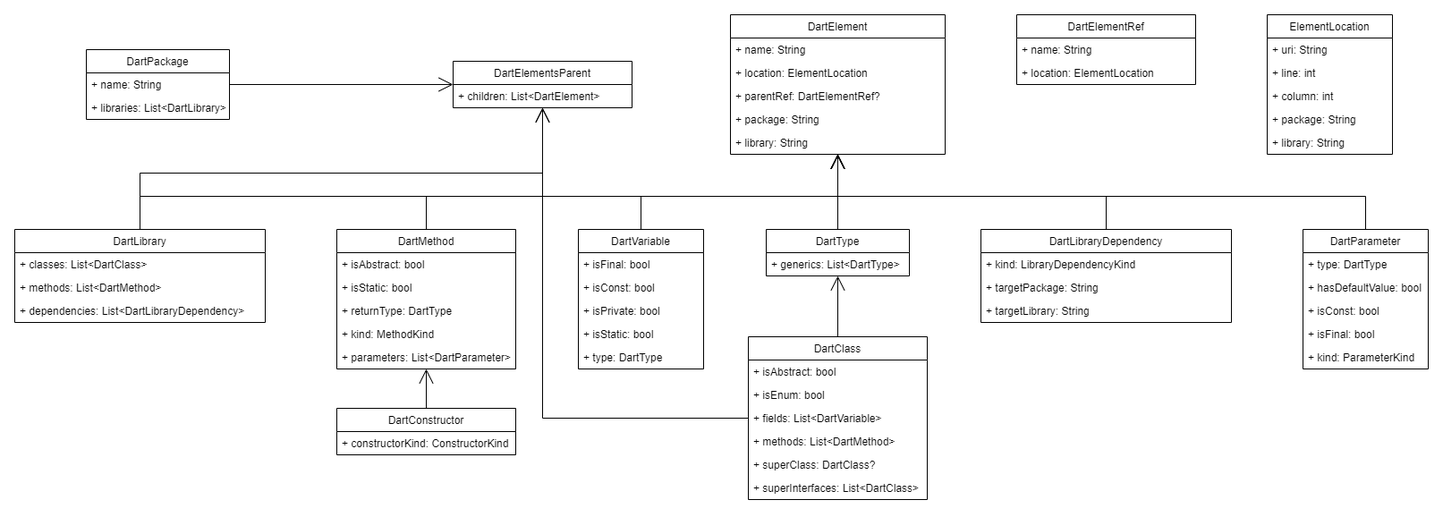
Before: diagrams/elements-diagram.png, a diagram exported from draw.io (gustavo-hillesheim/dart_arch_test). Source tidied: cells renumbered, new cells last; positions are measured from the earlier drawing's top-left corner, leaving out a move shared by most shapes.
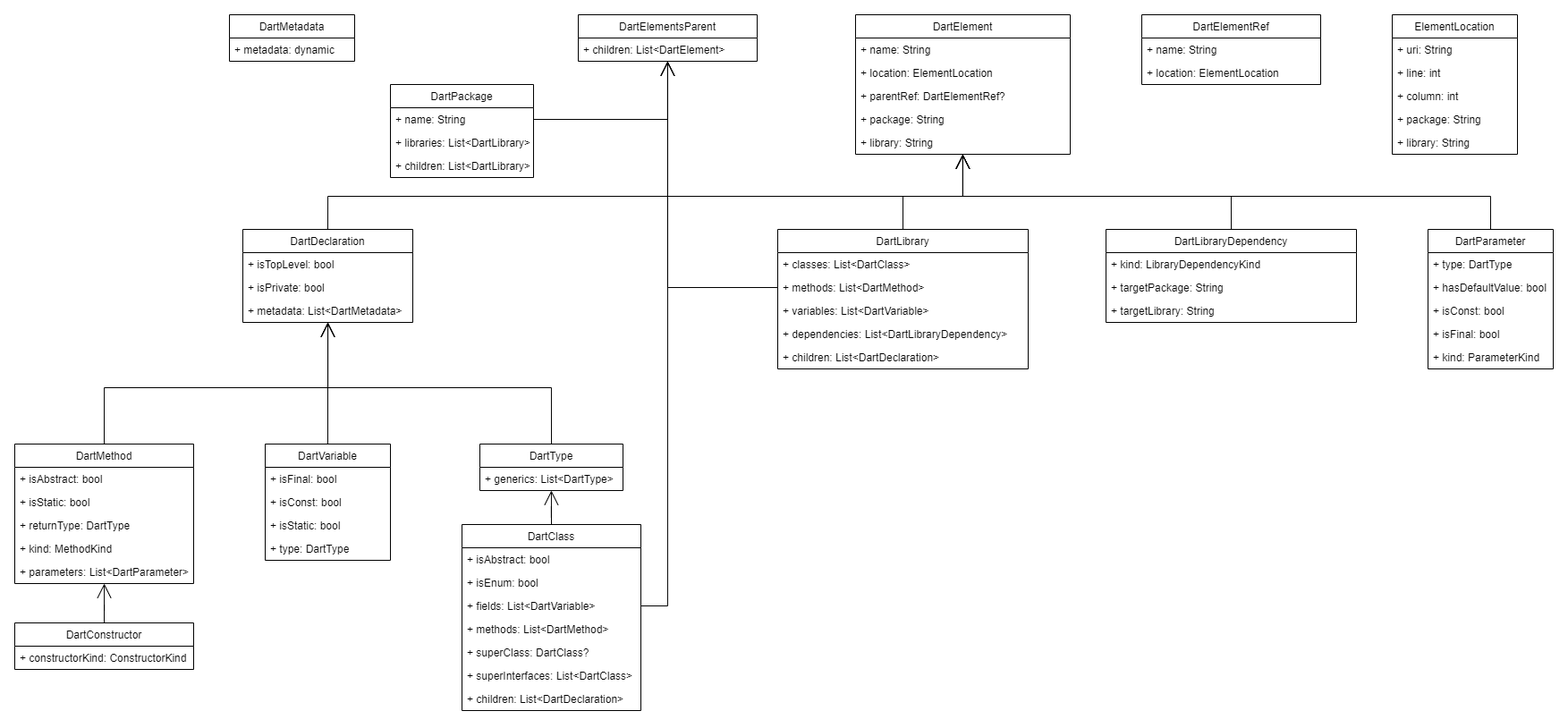
The same file after the commit.

The edit, as a diff of the source:
```diff
@@ -21,7 +21,7 @@
       <mxGeometry y="130" width="240" height="26" as="geometry" />
     </mxCell>
     <mxCell id="8" value="DartElementsParent" style="swimlane;fontStyle=0;horizontal=1;startSize=26;fillColor=none;hachureGap=4;" parent="1" vertex="1">
-      <mxGeometry x="490" y="52" width="200" height="52" as="geometry" />
+      <mxGeometry x="490" width="200" height="52" as="geometry" />
     </mxCell>
     <mxCell id="9" value="+ children: List&lt;DartElement&gt;" style="text;strokeColor=none;fillColor=none;align=left;verticalAlign=top;spacingLeft=4;spacingRight=4;overflow=hidden;" parent="8" vertex="1">
       <mxGeometry y="26" width="200" height="26" as="geometry" />
@@ -41,20 +41,20 @@
     <mxCell id="14" value="+ targetLibrary: String" style="text;strokeColor=none;fillColor=none;align=left;verticalAlign=top;spacingLeft=4;spacingRight=4;overflow=hidden;" parent="11" vertex="1">
       <mxGeometry y="78" width="280" height="26" as="geometry" />
     </mxCell>
-    <mxCell id="15" style="edgeStyle=orthogonalEdgeStyle;rounded=0;jettySize=auto;html=1;exitX=0.5;exitY=0;exitDx=0;exitDy=0;endArrow=open;startSize=14;endSize=14;sourcePerimeterSpacing=8;targetPerimeterSpacing=0;" parent="1" edge="1" source="16" target="2">
-      <mxGeometry relative="1" as="geometry" />
-    </mxCell>
+    <mxCell id="70" style="edgeStyle=orthogonalEdgeStyle;rounded=0;jettySize=auto;html=1;exitX=0.5;exitY=0;exitDx=0;exitDy=0;endArrow=open;startSize=14;endSize=14;sourcePerimeterSpacing=8;targetPerimeterSpacing=0;" parent="1" edge="1" source="16" target="78">
+      <mxGeometry relative="1" as="geometry" />
+    </mxCell>
     <mxCell id="16" value="DartType" style="swimlane;fontStyle=0;horizontal=1;startSize=26;fillColor=none;hachureGap=4;" parent="1" vertex="1">
-      <mxGeometry x="840" y="240" width="160" height="52" as="geometry" />
+      <mxGeometry x="380" y="480" width="160" height="52" as="geometry" />
     </mxCell>
     <mxCell id="17" value="+ generics: List&lt;DartType&gt;" style="text;strokeColor=none;fillColor=none;align=left;verticalAlign=top;spacingLeft=4;spacingRight=4;overflow=hidden;" parent="16" vertex="1">
       <mxGeometry y="26" width="160" height="26" as="geometry" />
     </mxCell>
-    <mxCell id="18" style="edgeStyle=orthogonalEdgeStyle;rounded=0;jettySize=auto;html=1;exitX=0.5;exitY=0;exitDx=0;exitDy=0;endArrow=open;startSize=14;endSize=14;sourcePerimeterSpacing=8;targetPerimeterSpacing=0;" parent="1" edge="1" source="19" target="2">
-      <mxGeometry relative="1" as="geometry" />
-    </mxCell>
+    <mxCell id="71" style="edgeStyle=orthogonalEdgeStyle;rounded=0;jettySize=auto;html=1;exitX=0.5;exitY=0;exitDx=0;exitDy=0;endArrow=open;startSize=14;endSize=14;sourcePerimeterSpacing=8;targetPerimeterSpacing=0;" parent="1" edge="1" source="19" target="78">
+      <mxGeometry relative="1" as="geometry" />
+    </mxCell>
     <mxCell id="19" value="DartVariable" style="swimlane;fontStyle=0;horizontal=1;startSize=26;fillColor=none;hachureGap=4;" parent="1" vertex="1">
-      <mxGeometry x="630" y="240" width="140" height="156" as="geometry" />
+      <mxGeometry x="140" y="480" width="140" height="130" as="geometry" />
     </mxCell>
     <mxCell id="20" value="+ isFinal: bool" style="text;strokeColor=none;fillColor=none;align=left;verticalAlign=top;spacingLeft=4;spacingRight=4;overflow=hidden;" parent="19" vertex="1">
       <mxGeometry y="26" width="140" height="26" as="geometry" />
@@ -62,14 +62,11 @@
     <mxCell id="21" value="+ isConst: bool" style="text;strokeColor=none;fillColor=none;align=left;verticalAlign=top;spacingLeft=4;spacingRight=4;overflow=hidden;" parent="19" vertex="1">
       <mxGeometry y="52" width="140" height="26" as="geometry" />
     </mxCell>
-    <mxCell id="22" value="+ isPrivate: bool" style="text;strokeColor=none;fillColor=none;align=left;verticalAlign=top;spacingLeft=4;spacingRight=4;overflow=hidden;" parent="19" vertex="1">
-      <mxGeometry y="78" width="140" height="26" as="geometry" />
-    </mxCell>
     <mxCell id="23" value="+ isStatic: bool" style="text;strokeColor=none;fillColor=none;align=left;verticalAlign=top;spacingLeft=4;spacingRight=4;overflow=hidden;" parent="19" vertex="1">
-      <mxGeometry y="104" width="140" height="26" as="geometry" />
+      <mxGeometry y="78" width="140" height="26" as="geometry" />
     </mxCell>
     <mxCell id="24" value="+ type: DartType" style="text;strokeColor=none;fillColor=none;align=left;verticalAlign=top;spacingLeft=4;spacingRight=4;overflow=hidden;" parent="19" vertex="1">
-      <mxGeometry y="130" width="140" height="26" as="geometry" />
+      <mxGeometry y="104" width="140" height="26" as="geometry" />
     </mxCell>
     <mxCell id="25" style="edgeStyle=orthogonalEdgeStyle;rounded=0;jettySize=auto;html=1;exitX=0.5;exitY=0;exitDx=0;exitDy=0;endArrow=open;startSize=14;endSize=14;sourcePerimeterSpacing=8;targetPerimeterSpacing=0;" parent="1" edge="1" source="26" target="2">
       <mxGeometry relative="1" as="geometry" />
@@ -92,11 +89,11 @@
     <mxCell id="31" value="+ kind: ParameterKind" style="text;strokeColor=none;fillColor=none;align=left;verticalAlign=top;spacingLeft=4;spacingRight=4;overflow=hidden;" parent="26" vertex="1">
       <mxGeometry y="130" width="140" height="26" as="geometry" />
     </mxCell>
-    <mxCell id="32" style="edgeStyle=orthogonalEdgeStyle;rounded=0;jettySize=auto;html=1;exitX=0.5;exitY=0;exitDx=0;exitDy=0;endArrow=open;startSize=14;endSize=14;sourcePerimeterSpacing=8;targetPerimeterSpacing=0;" parent="1" edge="1" source="33" target="2">
-      <mxGeometry relative="1" as="geometry" />
-    </mxCell>
+    <mxCell id="72" style="edgeStyle=orthogonalEdgeStyle;rounded=0;jettySize=auto;html=1;exitX=0.5;exitY=0;exitDx=0;exitDy=0;endArrow=open;startSize=14;endSize=14;sourcePerimeterSpacing=8;targetPerimeterSpacing=0;" parent="1" edge="1" source="33" target="78">
+      <mxGeometry relative="1" as="geometry" />
+    </mxCell>
     <mxCell id="33" value="DartMethod" style="swimlane;fontStyle=0;horizontal=1;startSize=26;fillColor=none;hachureGap=4;" parent="1" vertex="1">
-      <mxGeometry x="360" y="240" width="200" height="156" as="geometry" />
+      <mxGeometry x="-140" y="480" width="200" height="156" as="geometry" />
     </mxCell>
     <mxCell id="34" value="+ isAbstract: bool" style="text;strokeColor=none;fillColor=none;align=left;verticalAlign=top;spacingLeft=4;spacingRight=4;overflow=hidden;" parent="33" vertex="1">
       <mxGeometry y="26" width="200" height="26" as="geometry" />
@@ -117,7 +114,7 @@
       <mxGeometry relative="1" as="geometry" />
     </mxCell>
     <mxCell id="40" value="DartConstructor" style="swimlane;fontStyle=0;horizontal=1;startSize=26;fillColor=none;hachureGap=4;" parent="1" vertex="1">
-      <mxGeometry x="360" y="440" width="200" height="52" as="geometry" />
+      <mxGeometry x="-140" y="680" width="200" height="52" as="geometry" />
     </mxCell>
     <mxCell id="41" value="+ constructorKind: ConstructorKind" style="text;strokeColor=none;fillColor=none;align=left;verticalAlign=top;spacingLeft=4;spacingRight=4;overflow=hidden;" parent="40" vertex="1">
       <mxGeometry y="26" width="200" height="26" as="geometry" />
@@ -126,7 +123,7 @@
       <mxGeometry relative="1" as="geometry" />
     </mxCell>
     <mxCell id="43" value="DartClass" style="swimlane;fontStyle=0;horizontal=1;startSize=26;fillColor=none;hachureGap=4;" parent="1" vertex="1">
-      <mxGeometry x="820" y="360" width="200" height="182" as="geometry" />
+      <mxGeometry x="360" y="570" width="200" height="208" as="geometry" />
     </mxCell>
     <mxCell id="44" value="+ isAbstract: bool" style="text;strokeColor=none;fillColor=none;align=left;verticalAlign=top;spacingLeft=4;spacingRight=4;overflow=hidden;" parent="43" vertex="1">
       <mxGeometry y="26" width="200" height="26" as="geometry" />
@@ -146,6 +143,9 @@
     <mxCell id="49" value="+ superInterfaces: List&lt;DartClass&gt;" style="text;strokeColor=none;fillColor=none;align=left;verticalAlign=top;spacingLeft=4;spacingRight=4;overflow=hidden;" parent="43" vertex="1">
       <mxGeometry y="156" width="200" height="26" as="geometry" />
     </mxCell>
+    <mxCell id="73" value="+ children: List&lt;DartDeclaration&gt;" style="text;strokeColor=none;fillColor=none;align=left;verticalAlign=top;spacingLeft=4;spacingRight=4;overflow=hidden;" parent="43" vertex="1">
+      <mxGeometry y="182" width="200" height="26" as="geometry" />
+    </mxCell>
     <mxCell id="50" value="DartElementRef" style="swimlane;fontStyle=0;horizontal=1;startSize=26;fillColor=none;hachureGap=4;" parent="1" vertex="1">
       <mxGeometry x="1120" width="200" height="78" as="geometry" />
     </mxCell>
@@ -176,11 +176,8 @@
     <mxCell id="59" style="edgeStyle=orthogonalEdgeStyle;rounded=0;jettySize=auto;html=1;exitX=0.5;exitY=0;exitDx=0;exitDy=0;endArrow=open;startSize=14;endSize=14;sourcePerimeterSpacing=8;targetPerimeterSpacing=0;" parent="1" edge="1" source="61" target="2">
       <mxGeometry relative="1" as="geometry" />
     </mxCell>
-    <mxCell id="60" style="edgeStyle=orthogonalEdgeStyle;rounded=0;jettySize=auto;html=1;exitX=0.5;exitY=0;exitDx=0;exitDy=0;endArrow=open;startSize=14;endSize=14;sourcePerimeterSpacing=8;targetPerimeterSpacing=0;" parent="1" edge="1" source="61" target="8">
-      <mxGeometry relative="1" as="geometry" />
-    </mxCell>
     <mxCell id="61" value="DartLibrary" style="swimlane;fontStyle=0;horizontal=1;startSize=26;fillColor=none;hachureGap=4;" parent="1" vertex="1">
-      <mxGeometry y="240" width="280" height="104" as="geometry" />
+      <mxGeometry x="713" y="240" width="280" height="156" as="geometry" />
     </mxCell>
     <mxCell id="62" value="+ classes: List&lt;DartClass&gt;" style="text;strokeColor=none;fillColor=none;align=left;verticalAlign=top;spacingLeft=4;spacingRight=4;overflow=hidden;" parent="61" vertex="1">
       <mxGeometry y="26" width="280" height="26" as="geometry" />
@@ -188,14 +185,17 @@
     <mxCell id="63" value="+ methods: List&lt;DartMethod&gt;" style="text;strokeColor=none;fillColor=none;align=left;verticalAlign=top;spacingLeft=4;spacingRight=4;overflow=hidden;points=[[0,0.5],[1,0.5]];portConstraint=eastwest;" parent="61" vertex="1">
       <mxGeometry y="52" width="280" height="26" as="geometry" />
     </mxCell>
+    <mxCell id="74" value="+ variables: List&lt;DartVariable&gt;" style="text;strokeColor=none;fillColor=none;align=left;verticalAlign=top;spacingLeft=4;spacingRight=4;overflow=hidden;" parent="61" vertex="1">
+      <mxGeometry y="78" width="280" height="26" as="geometry" />
+    </mxCell>
     <mxCell id="64" value="+ dependencies: List&lt;DartLibraryDependency&gt;" style="text;strokeColor=none;fillColor=none;align=left;verticalAlign=top;spacingLeft=4;spacingRight=4;overflow=hidden;" parent="61" vertex="1">
-      <mxGeometry y="78" width="280" height="26" as="geometry" />
+      <mxGeometry y="104" width="280" height="26" as="geometry" />
     </mxCell>
-    <mxCell id="65" style="edgeStyle=orthogonalEdgeStyle;rounded=0;jettySize=auto;html=1;exitX=0;exitY=0.5;exitDx=0;exitDy=0;endArrow=open;startSize=14;endSize=14;sourcePerimeterSpacing=8;targetPerimeterSpacing=0;" parent="1" edge="1" source="46" target="8">
-      <mxGeometry relative="1" as="geometry" />
-    </mxCell>
+    <mxCell id="75" value="+ children: List&lt;DartDeclaration&gt;" style="text;strokeColor=none;fillColor=none;align=left;verticalAlign=top;spacingLeft=4;spacingRight=4;overflow=hidden;" parent="61" vertex="1">
+      <mxGeometry y="130" width="280" height="26" as="geometry" />
+    </mxCell>
     <mxCell id="66" value="DartPackage" style="swimlane;fontStyle=0;horizontal=1;startSize=26;fillColor=none;hachureGap=4;" parent="1" vertex="1">
-      <mxGeometry x="80" y="39" width="160" height="78" as="geometry" />
+      <mxGeometry x="280" y="78" width="160" height="104" as="geometry" />
     </mxCell>
     <mxCell id="67" value="+ name: String" style="text;strokeColor=none;fillColor=none;align=left;verticalAlign=top;spacingLeft=4;spacingRight=4;overflow=hidden;points=[[0,0.5],[1,0.5]];portConstraint=eastwest;" parent="66" vertex="1">
       <mxGeometry y="26" width="160" height="26" as="geometry" />
@@ -203,8 +203,42 @@
     <mxCell id="68" value="+ libraries: List&lt;DartLibrary&gt;" style="text;strokeColor=none;fillColor=none;align=left;verticalAlign=top;spacingLeft=4;spacingRight=4;overflow=hidden;" parent="66" vertex="1">
       <mxGeometry y="52" width="160" height="26" as="geometry" />
     </mxCell>
+    <mxCell id="76" value="+ children: List&lt;DartLibrary&gt;" style="text;strokeColor=none;fillColor=none;align=left;verticalAlign=top;spacingLeft=4;spacingRight=4;overflow=hidden;" parent="66" vertex="1">
+      <mxGeometry y="78" width="160" height="26" as="geometry" />
+    </mxCell>
     <mxCell id="69" style="edgeStyle=orthogonalEdgeStyle;rounded=0;jettySize=auto;html=1;exitX=1;exitY=0.5;exitDx=0;exitDy=0;endArrow=open;startSize=14;endSize=14;sourcePerimeterSpacing=8;targetPerimeterSpacing=0;" parent="1" edge="1" source="67" target="8">
       <mxGeometry relative="1" as="geometry" />
     </mxCell>
+    <mxCell id="77" style="edgeStyle=orthogonalEdgeStyle;rounded=0;jettySize=auto;html=1;exitX=0.5;exitY=0;exitDx=0;exitDy=0;endArrow=open;startSize=14;endSize=14;sourcePerimeterSpacing=8;targetPerimeterSpacing=0;" parent="1" edge="1" source="78" target="2">
+      <mxGeometry relative="1" as="geometry" />
+    </mxCell>
+    <mxCell id="78" value="DartDeclaration" style="swimlane;fontStyle=0;horizontal=1;startSize=26;fillColor=none;hachureGap=4;" parent="1" vertex="1">
+      <mxGeometry x="115" y="240" width="190" height="104" as="geometry" />
+    </mxCell>
+    <mxCell id="79" value="+ isTopLevel: bool" style="text;strokeColor=none;fillColor=none;align=left;verticalAlign=top;spacingLeft=4;spacingRight=4;overflow=hidden;" parent="78" vertex="1">
+      <mxGeometry y="26" width="190" height="26" as="geometry" />
+    </mxCell>
+    <mxCell id="22" value="+ isPrivate: bool" style="text;strokeColor=none;fillColor=none;align=left;verticalAlign=top;spacingLeft=4;spacingRight=4;overflow=hidden;" parent="78" vertex="1">
+      <mxGeometry y="52" width="190" height="26" as="geometry" />
+    </mxCell>
+    <mxCell id="80" value="+ metadata: List&lt;DartMetadata&gt;" style="text;strokeColor=none;fillColor=none;align=left;verticalAlign=top;spacingLeft=4;spacingRight=4;overflow=hidden;" parent="78" vertex="1">
+      <mxGeometry y="78" width="190" height="26" as="geometry" />
+    </mxCell>
+    <mxCell id="81" style="edgeStyle=orthogonalEdgeStyle;rounded=0;jettySize=auto;html=1;exitX=0;exitY=0.5;exitDx=0;exitDy=0;endArrow=open;startSize=14;endSize=14;sourcePerimeterSpacing=8;targetPerimeterSpacing=0;" parent="1" edge="1" source="63" target="8">
+      <mxGeometry relative="1" as="geometry">
+        <Array as="points">
+          <mxPoint x="590" y="305" />
+        </Array>
+      </mxGeometry>
+    </mxCell>
+    <mxCell id="65" style="edgeStyle=orthogonalEdgeStyle;rounded=0;jettySize=auto;html=1;exitX=1;exitY=0.5;exitDx=0;exitDy=0;endArrow=open;startSize=14;endSize=14;sourcePerimeterSpacing=8;targetPerimeterSpacing=0;" parent="1" edge="1" source="46" target="8">
+      <mxGeometry relative="1" as="geometry" />
+    </mxCell>
+    <mxCell id="82" value="DartMetadata" style="swimlane;fontStyle=0;horizontal=1;startSize=26;fillColor=none;hachureGap=4;" parent="1" vertex="1">
+      <mxGeometry x="100" width="140" height="52" as="geometry" />
+    </mxCell>
+    <mxCell id="83" value="+ metadata: dynamic" style="text;strokeColor=none;fillColor=none;align=left;verticalAlign=top;spacingLeft=4;spacingRight=4;overflow=hidden;" parent="82" vertex="1">
+      <mxGeometry y="26" width="140" height="26" as="geometry" />
+    </mxCell>
   </root>
 </mxGraphModel>
```
